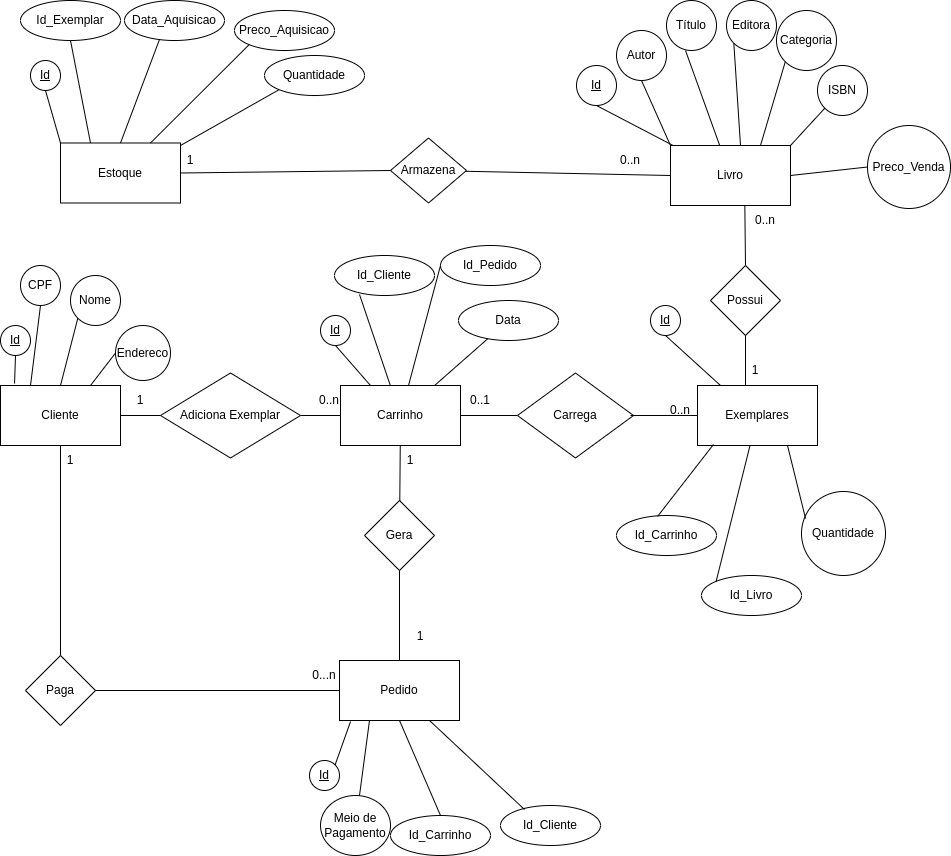
Above: docs/modelo_entidade_relacionamento/DER Livraria LDW.png in matheusreis041987/LivrariaLdwBackEnd (draw.io), before the change. Source tidied: cells renumbered, new cells last; positions are measured from the earlier drawing's top-left corner, leaving out a move shared by most shapes.
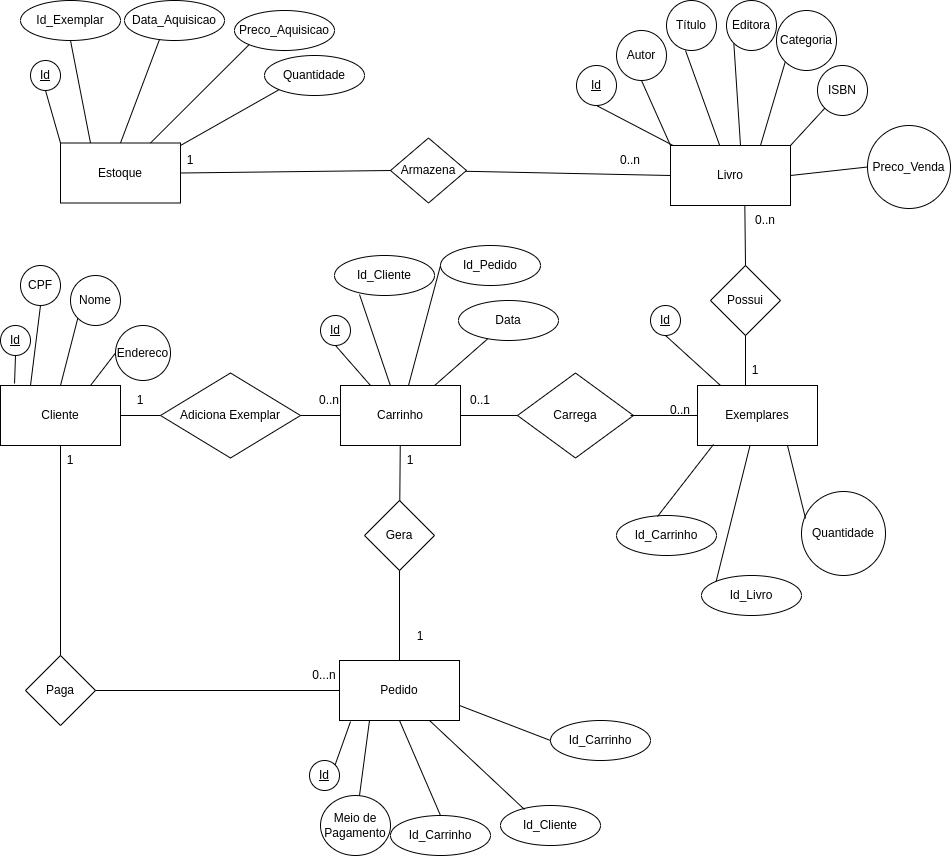
The same diagram one commit later.

Diff of the diagram source:
```diff
@@ -292,5 +292,11 @@
     <mxCell id="93" style="endArrow=none;html=1;rounded=0;entryX=0;entryY=0.5;entryDx=0;entryDy=0;exitX=1;exitY=0.5;exitDx=0;exitDy=0;" parent="1" edge="1" source="35" target="92">
       <mxGeometry relative="1" as="geometry" />
     </mxCell>
+    <mxCell id="94" value="Id_Carrinho" style="ellipse;whiteSpace=wrap;html=1;" parent="1" vertex="1">
+      <mxGeometry x="550" y="720" width="100" height="40" as="geometry" />
+    </mxCell>
+    <mxCell id="95" style="endArrow=none;html=1;rounded=0;entryX=0;entryY=0.5;entryDx=0;entryDy=0;exitX=1;exitY=0.75;exitDx=0;exitDy=0;" parent="1" edge="1" source="24" target="94">
+      <mxGeometry relative="1" as="geometry" />
+    </mxCell>
   </root>
 </mxGraphModel>
```
